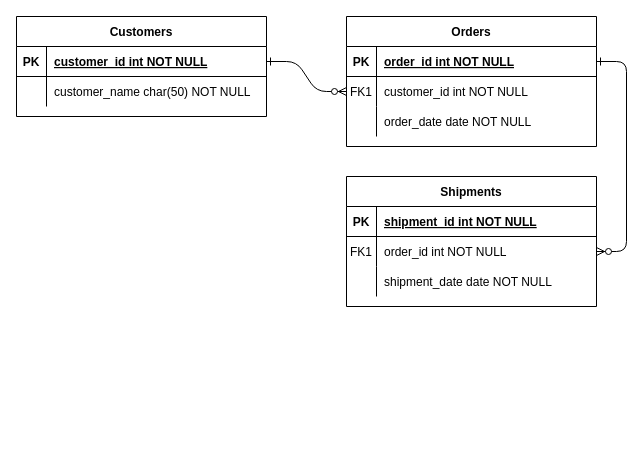
Above: My E-Commerce diagram.drawio.xml in JakubJenc/My-E-Commerce (draw.io), before the change. Source tidied: cells renumbered, new cells numbered last; positions are measured from the earlier drawing's top-left corner, leaving out a move shared by most shapes. Both pictures are drawn from the tidied source at 100%, with x=0, y=0 at pixel (16, 16).
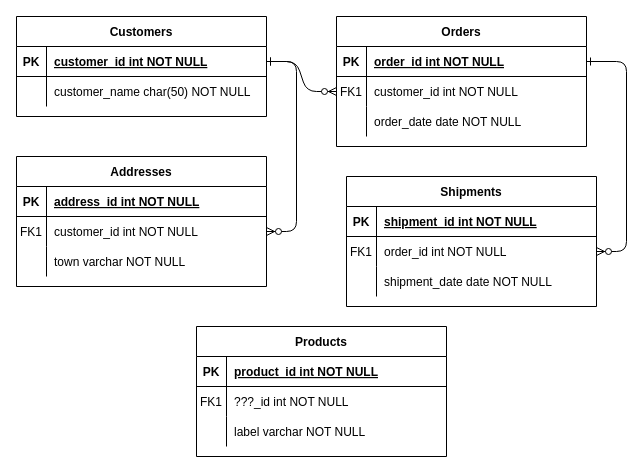
The same page after the edit.

Commit message:
My E-Commerce diagram basic modification

The change refers to these unchanged cells:
```xml
<mxCell id="25" style="shape=partialRectangle;fillColor=none;points=[[0,0.5],[1,0.5]];portConstraint=eastwest;top=0;left=0;right=0;bottom=1;" parent="24" vertex="1">
  <mxGeometry y="30" width="250" height="30" as="geometry" />
</mxCell>
```

Change to the diagram source:
```diff
@@
     <mxCell id="4" value="Orders" style="shape=table;startSize=30;childLayout=tableLayout;rowLines=0;fontStyle=1;align=center;" parent="1" vertex="1">
-      <mxGeometry x="330" width="250" height="130" as="geometry" />
+      <mxGeometry x="320" width="250" height="130" as="geometry" />
     </mxCell>
@@
+    <mxCell id="31" value="Addresses" style="shape=table;startSize=30;childLayout=tableLayout;rowLines=0;fontStyle=1;align=center;" parent="1" vertex="1">
+      <mxGeometry y="140" width="250" height="130" as="geometry" />
+    </mxCell>
+    <mxCell id="32" style="shape=partialRectangle;fillColor=none;top=0;left=0;right=0;bottom=1;" parent="31" vertex="1">
+      <mxGeometry y="30" width="250" height="30" as="geometry" />
+    </mxCell>
+    <mxCell id="33" value="PK" style="shape=partialRectangle;overflow=hidden;fillColor=none;top=0;left=0;bottom=0;right=0;fontStyle=1;" parent="32" vertex="1">
+      <mxGeometry width="30" height="30" as="geometry" />
+    </mxCell>
+    <mxCell id="34" value="address_id int NOT NULL " style="shape=partialRectangle;overflow=hidden;fillColor=none;top=0;left=0;bottom=0;right=0;align=left;spacingLeft=6;fontStyle=5;" parent="32" vertex="1">
+      <mxGeometry x="30" width="220" height="30" as="geometry" />
+    </mxCell>
+    <mxCell id="35" style="shape=partialRectangle;fillColor=none;points=[[0,0.5],[1,0.5]];portConstraint=eastwest;top=0;left=0;right=0;bottom=0;" parent="31" vertex="1">
+      <mxGeometry y="60" width="250" height="30" as="geometry" />
+    </mxCell>
+    <mxCell id="36" value="FK1" style="shape=partialRectangle;overflow=hidden;fillColor=none;top=0;left=0;bottom=0;right=0;" parent="35" vertex="1">
+      <mxGeometry width="30" height="30" as="geometry" />
+    </mxCell>
+    <mxCell id="37" value="customer_id int NOT NULL" style="shape=partialRectangle;overflow=hidden;fillColor=none;top=0;left=0;bottom=0;right=0;align=left;spacingLeft=6;" parent="35" vertex="1">
+      <mxGeometry x="30" width="220" height="30" as="geometry" />
+    </mxCell>
+    <mxCell id="38" style="shape=partialRectangle;fillColor=none;top=0;left=0;right=0;bottom=0;" parent="31" vertex="1">
+      <mxGeometry y="90" width="250" height="30" as="geometry" />
+    </mxCell>
+    <mxCell id="39" style="shape=partialRectangle;overflow=hidden;fillColor=none;top=0;left=0;bottom=0;right=0;" parent="38" vertex="1">
+      <mxGeometry width="30" height="30" as="geometry" />
+    </mxCell>
+    <mxCell id="40" value="town varchar NOT NULL" style="shape=partialRectangle;overflow=hidden;fillColor=none;top=0;left=0;bottom=0;right=0;align=left;spacingLeft=6;" parent="38" vertex="1">
+      <mxGeometry x="30" width="220" height="30" as="geometry" />
+    </mxCell>
+    <mxCell id="41" style="edgeStyle=entityRelationEdgeStyle;endArrow=ERzeroToMany;startArrow=ERone;endFill=1;startFill=0;" parent="1" edge="1" source="25" target="35">
+      <mxGeometry relative="1" as="geometry" />
+    </mxCell>
+    <mxCell id="42" value="Products" style="shape=table;startSize=30;childLayout=tableLayout;rowLines=0;fontStyle=1;align=center;" parent="1" vertex="1">
+      <mxGeometry x="180" y="310" width="250" height="130" as="geometry" />
+    </mxCell>
+    <mxCell id="43" style="shape=partialRectangle;fillColor=none;top=0;left=0;right=0;bottom=1;" parent="42" vertex="1">
+      <mxGeometry y="30" width="250" height="30" as="geometry" />
+    </mxCell>
+    <mxCell id="44" value="PK" style="shape=partialRectangle;overflow=hidden;fillColor=none;top=0;left=0;bottom=0;right=0;fontStyle=1;" parent="43" vertex="1">
+      <mxGeometry width="30" height="30" as="geometry" />
+    </mxCell>
+    <mxCell id="45" value="product_id int NOT NULL " style="shape=partialRectangle;overflow=hidden;fillColor=none;top=0;left=0;bottom=0;right=0;align=left;spacingLeft=6;fontStyle=5;" parent="43" vertex="1">
+      <mxGeometry x="30" width="220" height="30" as="geometry" />
+    </mxCell>
+    <mxCell id="46" style="shape=partialRectangle;fillColor=none;top=0;left=0;right=0;bottom=0;" parent="42" vertex="1">
+      <mxGeometry y="60" width="250" height="30" as="geometry" />
+    </mxCell>
+    <mxCell id="47" value="FK1" style="shape=partialRectangle;overflow=hidden;fillColor=none;top=0;left=0;bottom=0;right=0;" parent="46" vertex="1">
+      <mxGeometry width="30" height="30" as="geometry" />
+    </mxCell>
+    <mxCell id="48" value="???_id int NOT NULL" style="shape=partialRectangle;overflow=hidden;fillColor=none;top=0;left=0;bottom=0;right=0;align=left;spacingLeft=6;" parent="46" vertex="1">
+      <mxGeometry x="30" width="220" height="30" as="geometry" />
+    </mxCell>
+    <mxCell id="49" style="shape=partialRectangle;fillColor=none;top=0;left=0;right=0;bottom=0;" parent="42" vertex="1">
+      <mxGeometry y="90" width="250" height="30" as="geometry" />
+    </mxCell>
+    <mxCell id="50" style="shape=partialRectangle;overflow=hidden;fillColor=none;top=0;left=0;bottom=0;right=0;" parent="49" vertex="1">
+      <mxGeometry width="30" height="30" as="geometry" />
+    </mxCell>
+    <mxCell id="51" value="label varchar NOT NULL" style="shape=partialRectangle;overflow=hidden;fillColor=none;top=0;left=0;bottom=0;right=0;align=left;spacingLeft=6;" parent="49" vertex="1">
+      <mxGeometry x="30" width="220" height="30" as="geometry" />
+    </mxCell>
```
